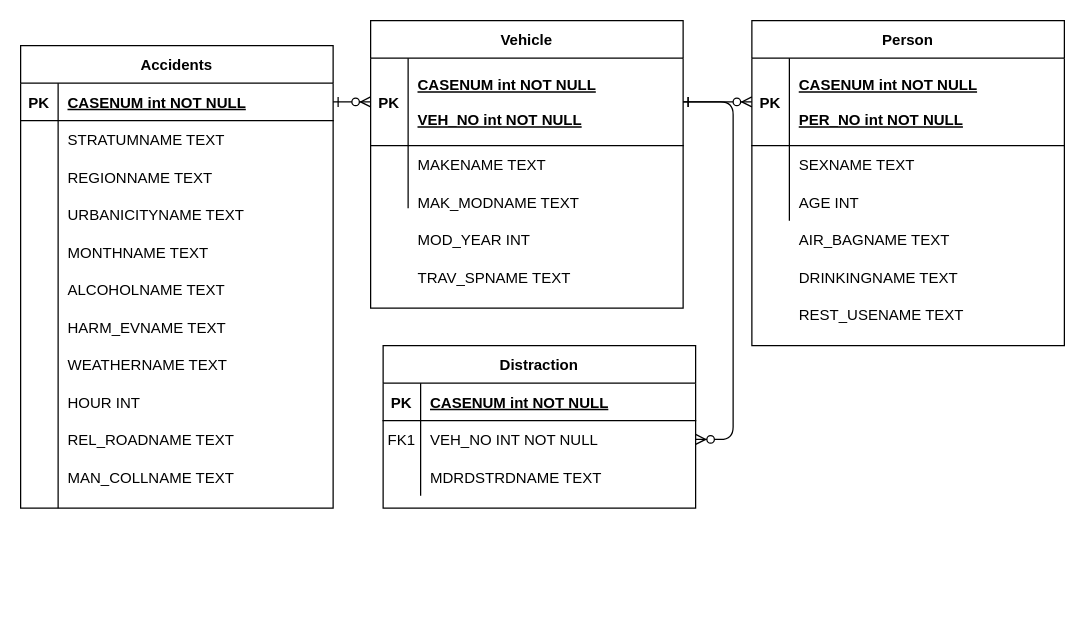
This is segment-1/ERD_1.drawio from amburu4159/group-3-ku042021, a draw.io file, before an edit. Source tidied: cells renumbered, new cells numbered last; positions are measured from the earlier drawing's top-left corner, leaving out a move shared by most shapes. Both pictures are drawn from the tidied source at 125%, with x=0, y=0 at pixel (20, 20).
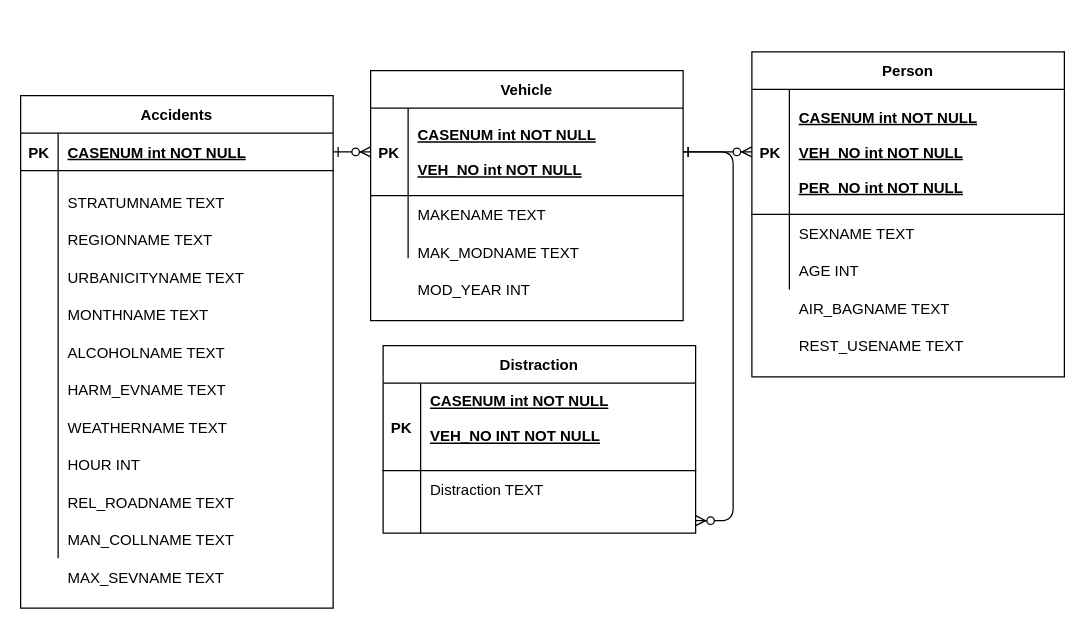
After the change.

Commit message (it also covers changes not shown here):
additional data processing

What changed in the source:
```diff
@@
     <mxCell id="4" value="Vehicle" style="shape=table;startSize=30;childLayout=tableLayout;rowLines=0;fontStyle=1;align=center;" parent="1" vertex="1">
-      <mxGeometry x="280" width="250" height="230" as="geometry" />
+      <mxGeometry x="280" y="40" width="250" height="200" as="geometry" />
     </mxCell>
@@
     <mxCell id="14" value="Person" style="shape=table;startSize=30;childLayout=tableLayout;rowLines=0;fontStyle=1;align=center;" parent="1" vertex="1">
-      <mxGeometry x="585" width="250" height="260" as="geometry" />
+      <mxGeometry x="585" y="25" width="250" height="260" as="geometry" />
     </mxCell>
     <mxCell id="15" style="shape=partialRectangle;fillColor=none;points=[[0,0.5],[1,0.5]];portConstraint=eastwest;top=0;left=0;right=0;bottom=1;" parent="14" vertex="1">
-      <mxGeometry y="30" width="250" height="70" as="geometry" />
+      <mxGeometry y="30" width="250" height="100" as="geometry" />
     </mxCell>
     <mxCell id="16" value="PK" style="shape=partialRectangle;overflow=hidden;fillColor=none;top=0;left=0;bottom=0;right=0;fontStyle=1;" parent="15" vertex="1">
-      <mxGeometry width="30" height="70" as="geometry" />
+      <mxGeometry width="30" height="100" as="geometry" />
     </mxCell>
-    <mxCell id="17" value="CASENUM int NOT NULL &#10;&#10;PER_NO int NOT NULL" style="shape=partialRectangle;overflow=hidden;fillColor=none;top=0;left=0;bottom=0;right=0;align=left;spacingLeft=6;fontStyle=5;" parent="15" vertex="1">
-      <mxGeometry x="30" width="220" height="70" as="geometry" />
+    <mxCell id="17" value="CASENUM int NOT NULL &#10;&#10;VEH_NO int NOT NULL&#10;&#10;PER_NO int NOT NULL" style="shape=partialRectangle;overflow=hidden;fillColor=none;top=0;left=0;bottom=0;right=0;align=left;spacingLeft=6;fontStyle=5;" parent="15" vertex="1">
+      <mxGeometry x="30" width="220" height="100" as="geometry" />
     </mxCell>
     <mxCell id="18" style="shape=partialRectangle;fillColor=none;top=0;left=0;right=0;bottom=0;" parent="14" vertex="1">
-      <mxGeometry y="100" width="250" height="30" as="geometry" />
+      <mxGeometry y="130" width="250" height="30" as="geometry" />
     </mxCell>
@@
     <mxCell id="21" style="shape=partialRectangle;fillColor=none;top=0;left=0;right=0;bottom=0;" parent="14" vertex="1">
-      <mxGeometry y="130" width="250" height="30" as="geometry" />
+      <mxGeometry y="160" width="250" height="30" as="geometry" />
     </mxCell>
@@
     <mxCell id="24" value="Accidents" style="shape=table;startSize=30;childLayout=tableLayout;rowLines=0;fontStyle=1;align=center;" parent="1" vertex="1">
-      <mxGeometry y="20" width="250" height="370" as="geometry" />
+      <mxGeometry y="60" width="250" height="410" as="geometry" />
     </mxCell>
@@
     <mxCell id="31" value="Distraction" style="shape=table;startSize=30;childLayout=tableLayout;rowLines=0;fontStyle=1;align=center;" parent="1" vertex="1">
-      <mxGeometry x="290" y="260" width="250" height="130" as="geometry" />
+      <mxGeometry x="290" y="260" width="250" height="150" as="geometry" />
     </mxCell>
     <mxCell id="32" style="shape=partialRectangle;fillColor=none;top=0;left=0;right=0;bottom=1;" parent="31" vertex="1">
-      <mxGeometry y="30" width="250" height="30" as="geometry" />
+      <mxGeometry y="30" width="250" height="70" as="geometry" />
     </mxCell>
     <mxCell id="33" value="PK" style="shape=partialRectangle;overflow=hidden;fillColor=none;top=0;left=0;bottom=0;right=0;fontStyle=1;" parent="32" vertex="1">
-      <mxGeometry width="30" height="30" as="geometry" />
+      <mxGeometry width="30" height="70" as="geometry" />
     </mxCell>
-    <mxCell id="34" value="CASENUM int NOT NULL " style="shape=partialRectangle;overflow=hidden;fillColor=none;top=0;left=0;bottom=0;right=0;align=left;spacingLeft=6;fontStyle=5;" parent="32" vertex="1">
-      <mxGeometry x="30" width="220" height="30" as="geometry" />
+    <mxCell id="34" value="CASENUM int NOT NULL &#10;&#10;VEH_NO INT NOT NULL&#10;" style="shape=partialRectangle;overflow=hidden;fillColor=none;top=0;left=0;bottom=0;right=0;align=left;spacingLeft=6;fontStyle=5;" parent="32" vertex="1">
+      <mxGeometry x="30" width="220" height="70" as="geometry" />
     </mxCell>
+    <mxCell id="38" style="shape=partialRectangle;fillColor=none;top=0;left=0;right=0;bottom=0;" parent="31" vertex="1">
+      <mxGeometry y="100" width="250" height="30" as="geometry" />
+    </mxCell>
+    <mxCell id="39" style="shape=partialRectangle;overflow=hidden;fillColor=none;top=0;left=0;bottom=0;right=0;" parent="38" vertex="1">
+      <mxGeometry width="30" height="30" as="geometry" />
+    </mxCell>
+    <mxCell id="40" value="Distraction TEXT" style="shape=partialRectangle;overflow=hidden;fillColor=none;top=0;left=0;bottom=0;right=0;align=left;spacingLeft=6;" parent="38" vertex="1">
+      <mxGeometry x="30" width="220" height="30" as="geometry" />
+    </mxCell>
     <mxCell id="35" style="shape=partialRectangle;fillColor=none;points=[[0,0.5],[1,0.5]];portConstraint=eastwest;top=0;left=0;right=0;bottom=0;" parent="31" vertex="1">
-      <mxGeometry y="60" width="250" height="30" as="geometry" />
+      <mxGeometry y="130" width="250" height="20" as="geometry" />
     </mxCell>
-    <mxCell id="36" value="FK1" style="shape=partialRectangle;overflow=hidden;fillColor=none;top=0;left=0;bottom=0;right=0;" parent="35" vertex="1">
-      <mxGeometry width="30" height="30" as="geometry" />
+    <mxCell id="36" style="shape=partialRectangle;overflow=hidden;fillColor=none;top=0;left=0;bottom=0;right=0;" parent="35" vertex="1">
+      <mxGeometry width="30" height="20" as="geometry" />
     </mxCell>
-    <mxCell id="37" value="VEH_NO INT NOT NULL" style="shape=partialRectangle;overflow=hidden;fillColor=none;top=0;left=0;bottom=0;right=0;align=left;spacingLeft=6;" parent="35" vertex="1">
-      <mxGeometry x="30" width="220" height="30" as="geometry" />
+    <mxCell id="37" style="shape=partialRectangle;overflow=hidden;fillColor=none;top=0;left=0;bottom=0;right=0;align=left;spacingLeft=6;" parent="35" vertex="1">
+      <mxGeometry x="30" width="220" height="20" as="geometry" />
     </mxCell>
-    <mxCell id="38" style="shape=partialRectangle;fillColor=none;top=0;left=0;right=0;bottom=0;" parent="31" vertex="1">
-      <mxGeometry y="90" width="250" height="30" as="geometry" />
-    </mxCell>
-    <mxCell id="39" style="shape=partialRectangle;overflow=hidden;fillColor=none;top=0;left=0;bottom=0;right=0;" parent="38" vertex="1">
-      <mxGeometry width="30" height="30" as="geometry" />
-    </mxCell>
-    <mxCell id="40" value="MDRDSTRDNAME TEXT" style="shape=partialRectangle;overflow=hidden;fillColor=none;top=0;left=0;bottom=0;right=0;align=left;spacingLeft=6;" parent="38" vertex="1">
-      <mxGeometry x="30" width="220" height="30" as="geometry" />
-    </mxCell>
     <mxCell id="41" value="MAK_MODNAME TEXT" style="shape=partialRectangle;overflow=hidden;fillColor=none;top=0;left=0;bottom=0;right=0;align=left;spacingLeft=6;" parent="1" vertex="1">
-      <mxGeometry x="310" y="130" width="220" height="30" as="geometry" />
+      <mxGeometry x="310" y="170" width="220" height="30" as="geometry" />
     </mxCell>
     <mxCell id="42" value="MOD_YEAR INT" style="shape=partialRectangle;overflow=hidden;fillColor=none;top=0;left=0;bottom=0;right=0;align=left;spacingLeft=6;" parent="1" vertex="1">
-      <mxGeometry x="310" y="160" width="220" height="30" as="geometry" />
+      <mxGeometry x="310" y="200" width="220" height="30" as="geometry" />
     </mxCell>
-    <mxCell id="43" value="TRAV_SPNAME TEXT" style="shape=partialRectangle;overflow=hidden;fillColor=none;top=0;left=0;bottom=0;right=0;align=left;spacingLeft=6;" parent="1" vertex="1">
-      <mxGeometry x="310" y="190" width="220" height="30" as="geometry" />
-    </mxCell>
     <mxCell id="44" value="MAKENAME TEXT" style="shape=partialRectangle;overflow=hidden;fillColor=none;top=0;left=0;bottom=0;right=0;align=left;spacingLeft=6;" parent="1" vertex="1">
-      <mxGeometry x="310" y="100" width="220" height="30" as="geometry" />
+      <mxGeometry x="310" y="140" width="220" height="30" as="geometry" />
     </mxCell>
     <mxCell id="45" value="SEXNAME TEXT" style="shape=partialRectangle;overflow=hidden;fillColor=none;top=0;left=0;bottom=0;right=0;align=left;spacingLeft=6;" parent="1" vertex="1">
-      <mxGeometry x="615" y="100" width="220" height="30" as="geometry" />
+      <mxGeometry x="615" y="155" width="220" height="30" as="geometry" />
     </mxCell>
     <mxCell id="46" value="AGE INT" style="shape=partialRectangle;overflow=hidden;fillColor=none;top=0;left=0;bottom=0;right=0;align=left;spacingLeft=6;" parent="1" vertex="1">
-      <mxGeometry x="615" y="130" width="220" height="30" as="geometry" />
+      <mxGeometry x="615" y="185" width="220" height="30" as="geometry" />
     </mxCell>
     <mxCell id="47" value="AIR_BAGNAME TEXT" style="shape=partialRectangle;overflow=hidden;fillColor=none;top=0;left=0;bottom=0;right=0;align=left;spacingLeft=6;" parent="1" vertex="1">
-      <mxGeometry x="615" y="160" width="220" height="30" as="geometry" />
+      <mxGeometry x="615" y="215" width="220" height="30" as="geometry" />
     </mxCell>
     <mxCell id="48" value="REST_USENAME TEXT" style="shape=partialRectangle;overflow=hidden;fillColor=none;top=0;left=0;bottom=0;right=0;align=left;spacingLeft=6;" parent="1" vertex="1">
-      <mxGeometry x="615" y="220" width="220" height="30" as="geometry" />
+      <mxGeometry x="615" y="245" width="220" height="30" as="geometry" />
     </mxCell>
-    <mxCell id="49" value="DRINKINGNAME TEXT" style="shape=partialRectangle;overflow=hidden;fillColor=none;top=0;left=0;bottom=0;right=0;align=left;spacingLeft=6;" parent="1" vertex="1">
-      <mxGeometry x="615" y="190" width="220" height="30" as="geometry" />
-    </mxCell>
@@
-    <mxCell id="51" value="STRATUMNAME TEXT" style="shape=partialRectangle;overflow=hidden;fillColor=none;top=0;left=0;bottom=0;right=0;align=left;spacingLeft=6;" parent="1" vertex="1">
-      <mxGeometry x="30" y="80" width="220" height="30" as="geometry" />
-    </mxCell>
     <mxCell id="52" value="WEATHERNAME TEXT" style="shape=partialRectangle;overflow=hidden;fillColor=none;top=0;left=0;bottom=0;right=0;align=left;spacingLeft=6;" parent="1" vertex="1">
-      <mxGeometry x="30" y="260" width="220" height="30" as="geometry" />
+      <mxGeometry x="30" y="310" width="220" height="30" as="geometry" />
     </mxCell>
     <mxCell id="53" value="REL_ROADNAME TEXT" style="shape=partialRectangle;overflow=hidden;fillColor=none;top=0;left=0;bottom=0;right=0;align=left;spacingLeft=6;" parent="1" vertex="1">
-      <mxGeometry x="30" y="320" width="220" height="30" as="geometry" />
+      <mxGeometry x="30" y="370" width="220" height="30" as="geometry" />
     </mxCell>
     <mxCell id="54" value="MAN_COLLNAME TEXT" style="shape=partialRectangle;overflow=hidden;fillColor=none;top=0;left=0;bottom=0;right=0;align=left;spacingLeft=6;" parent="1" vertex="1">
-      <mxGeometry x="30" y="350" width="220" height="30" as="geometry" />
+      <mxGeometry x="30" y="400" width="220" height="30" as="geometry" />
     </mxCell>
+    <mxCell id="57" value="HOUR INT" style="shape=partialRectangle;overflow=hidden;fillColor=none;top=0;left=0;bottom=0;right=0;align=left;spacingLeft=6;" parent="1" vertex="1">
+      <mxGeometry x="30" y="340" width="220" height="30" as="geometry" />
+    </mxCell>
+    <mxCell id="61" value="MAX_SEVNAME TEXT" style="shape=partialRectangle;overflow=hidden;fillColor=none;top=0;left=0;bottom=0;right=0;align=left;spacingLeft=6;" parent="1" vertex="1">
+      <mxGeometry x="30" y="430" width="220" height="30" as="geometry" />
+    </mxCell>
+    <mxCell id="51" value="STRATUMNAME TEXT" style="shape=partialRectangle;overflow=hidden;fillColor=none;top=0;left=0;bottom=0;right=0;align=left;spacingLeft=6;" parent="1" vertex="1">
+      <mxGeometry x="30" y="130" width="220" height="30" as="geometry" />
+    </mxCell>
+    <mxCell id="60" value="REGIONNAME TEXT" style="shape=partialRectangle;overflow=hidden;fillColor=none;top=0;left=0;bottom=0;right=0;align=left;spacingLeft=6;" parent="1" vertex="1">
+      <mxGeometry x="30" y="160" width="220" height="30" as="geometry" />
+    </mxCell>
+    <mxCell id="59" value="URBANICITYNAME TEXT" style="shape=partialRectangle;overflow=hidden;fillColor=none;top=0;left=0;bottom=0;right=0;align=left;spacingLeft=6;" parent="1" vertex="1">
+      <mxGeometry x="30" y="190" width="220" height="30" as="geometry" />
+    </mxCell>
+    <mxCell id="58" value="MONTHNAME TEXT" style="shape=partialRectangle;overflow=hidden;fillColor=none;top=0;left=0;bottom=0;right=0;align=left;spacingLeft=6;" parent="1" vertex="1">
+      <mxGeometry x="30" y="220" width="220" height="30" as="geometry" />
+    </mxCell>
+    <mxCell id="56" value="ALCOHOLNAME TEXT" style="shape=partialRectangle;overflow=hidden;fillColor=none;top=0;left=0;bottom=0;right=0;align=left;spacingLeft=6;" parent="1" vertex="1">
+      <mxGeometry x="30" y="250" width="220" height="30" as="geometry" />
+    </mxCell>
     <mxCell id="55" value="HARM_EVNAME TEXT" style="shape=partialRectangle;overflow=hidden;fillColor=none;top=0;left=0;bottom=0;right=0;align=left;spacingLeft=6;" parent="1" vertex="1">
-      <mxGeometry x="30" y="230" width="220" height="30" as="geometry" />
+      <mxGeometry x="30" y="280" width="220" height="30" as="geometry" />
     </mxCell>
-    <mxCell id="56" value="ALCOHOLNAME TEXT" style="shape=partialRectangle;overflow=hidden;fillColor=none;top=0;left=0;bottom=0;right=0;align=left;spacingLeft=6;" parent="1" vertex="1">
-      <mxGeometry x="30" y="200" width="220" height="30" as="geometry" />
-    </mxCell>
-    <mxCell id="57" value="HOUR INT" style="shape=partialRectangle;overflow=hidden;fillColor=none;top=0;left=0;bottom=0;right=0;align=left;spacingLeft=6;" parent="1" vertex="1">
-      <mxGeometry x="30" y="290" width="220" height="30" as="geometry" />
-    </mxCell>
-    <mxCell id="58" value="MONTHNAME TEXT" style="shape=partialRectangle;overflow=hidden;fillColor=none;top=0;left=0;bottom=0;right=0;align=left;spacingLeft=6;" parent="1" vertex="1">
-      <mxGeometry x="30" y="170" width="220" height="30" as="geometry" />
-    </mxCell>
-    <mxCell id="59" value="URBANICITYNAME TEXT" style="shape=partialRectangle;overflow=hidden;fillColor=none;top=0;left=0;bottom=0;right=0;align=left;spacingLeft=6;" parent="1" vertex="1">
-      <mxGeometry x="30" y="140" width="220" height="30" as="geometry" />
-    </mxCell>
-    <mxCell id="60" value="REGIONNAME TEXT" style="shape=partialRectangle;overflow=hidden;fillColor=none;top=0;left=0;bottom=0;right=0;align=left;spacingLeft=6;" parent="1" vertex="1">
-      <mxGeometry x="30" y="110" width="220" height="30" as="geometry" />
-    </mxCell>
```
